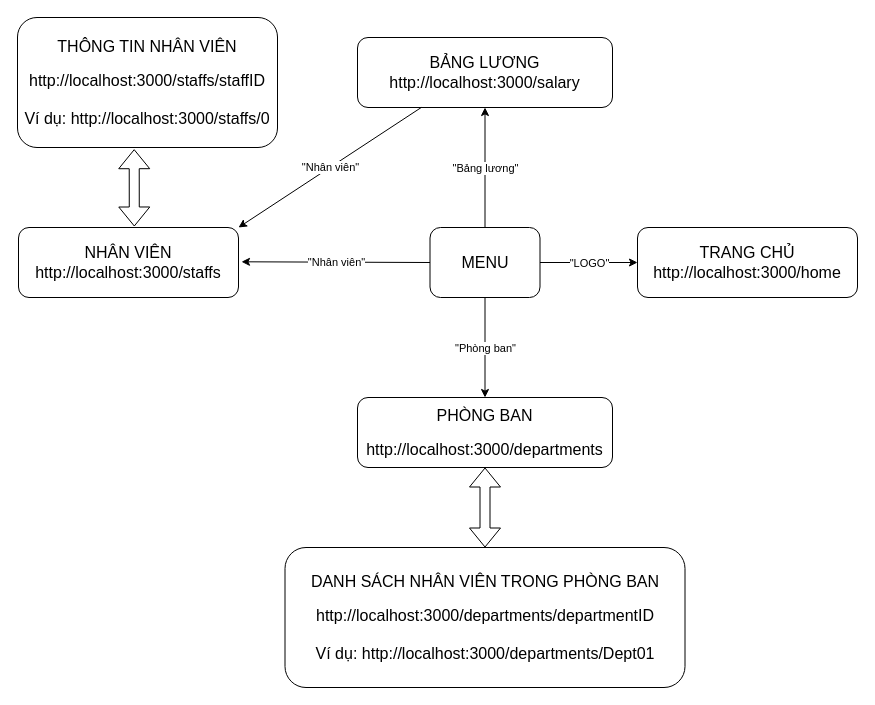
NTD-Funix/FUNiXReactJSASM keeps this draw.io diagram as navigation.drawio. Above is the earlier version. Source tidied: cells renumbered, new cells numbered last; positions are measured from the earlier drawing's top-left corner, leaving out a move shared by most shapes. Both pictures are drawn from the tidied source at 100%, with x=0, y=0 at pixel (17, 17).
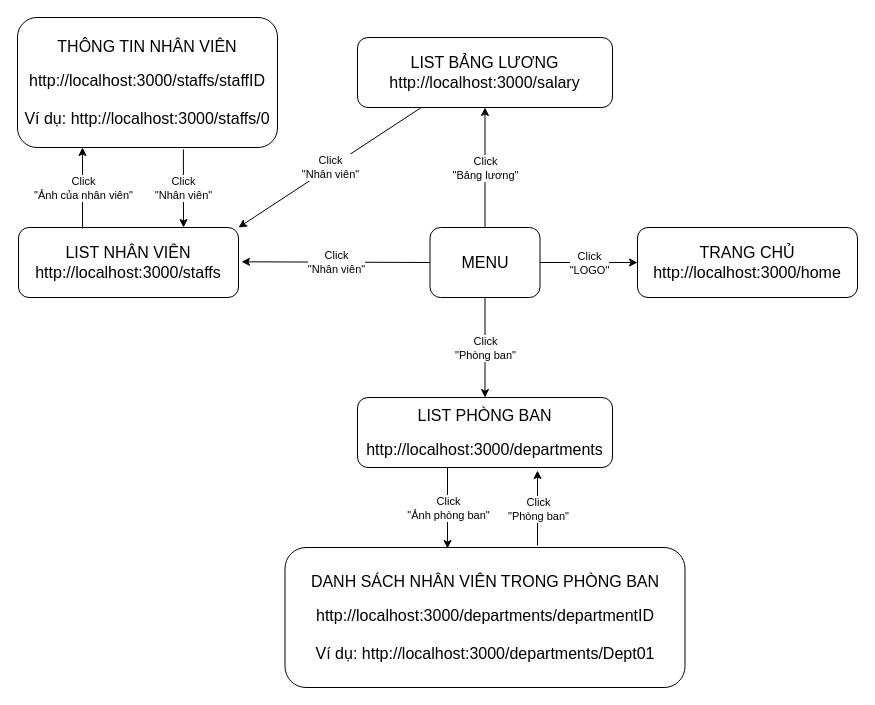
The same diagram, later.

Unchanged cells that the change refers to:
```xml
<mxCell id="5" style="endArrow=classic;html=1;entryX=1.009;entryY=0.6;entryDx=0;entryDy=0;entryPerimeter=0;exitX=0;exitY=0.5;exitDx=0;exitDy=0;" parent="1" edge="1" source="2">
  <mxGeometry relative="1" as="geometry">
    <mxPoint x="224" y="244.3" as="targetPoint" />
  </mxGeometry>
</mxCell>
<mxCell id="7" style="endArrow=classic;html=1;exitX=0.5;exitY=0;exitDx=0;exitDy=0;entryX=0.5;entryY=1;entryDx=0;entryDy=0;" parent="1" edge="1" source="2" target="4">
  <mxGeometry relative="1" as="geometry" />
</mxCell>
<mxCell id="10" value="&lt;font&gt;&lt;span style=&quot;font-size: 16px&quot;&gt;THÔNG TIN NHÂN VIÊN&lt;br&gt;&lt;/span&gt;&lt;br&gt;&lt;span style=&quot;font-size: 16px&quot;&gt;http://localhost:3000/staffs/staffID&lt;br&gt;&lt;br&gt;&lt;/span&gt;&lt;span style=&quot;font-size: 16px&quot;&gt;Ví dụ: http://localhost:3000/staffs/0&lt;/span&gt;&lt;br style=&quot;font-size: 16px&quot;&gt;&lt;/font&gt;" style="rounded=1;whiteSpace=wrap;html=1;" parent="1" vertex="1">
  <mxGeometry width="260" height="130" as="geometry" />
</mxCell>
<mxCell id="12" style="endArrow=classic;html=1;entryX=0.5;entryY=0;entryDx=0;entryDy=0;exitX=0.5;exitY=1;exitDx=0;exitDy=0;" parent="1" edge="1" source="2" target="9">
  <mxGeometry relative="1" as="geometry" />
</mxCell>
<mxCell id="15" value="&lt;font&gt;&lt;span style=&quot;font-size: 16px&quot;&gt;DANH SÁCH NHÂN VIÊN TRONG PHÒNG BAN&lt;br&gt;&lt;/span&gt;&lt;br&gt;&lt;span style=&quot;font-size: 16px&quot;&gt;http://localhost:3000/departments/departmentID&lt;br&gt;&lt;br&gt;&lt;/span&gt;&lt;span style=&quot;font-size: 16px&quot;&gt;Ví dụ: http://localhost:3000/departments/Dept01&lt;/span&gt;&lt;br style=&quot;font-size: 16px&quot;&gt;&lt;/font&gt;" style="rounded=1;whiteSpace=wrap;html=1;" parent="1" vertex="1">
  <mxGeometry x="267.5" y="530" width="400" height="140" as="geometry" />
</mxCell>
<mxCell id="17" style="endArrow=classic;html=1;entryX=0;entryY=0.5;entryDx=0;entryDy=0;exitX=1;exitY=0.5;exitDx=0;exitDy=0;" parent="1" edge="1" source="2" target="16">
  <mxGeometry relative="1" as="geometry" />
</mxCell>
<mxCell id="19" style="endArrow=classic;html=1;entryX=1;entryY=0;entryDx=0;entryDy=0;exitX=0.25;exitY=1;exitDx=0;exitDy=0;" parent="1" edge="1" source="4" target="3">
  <mxGeometry relative="1" as="geometry" />
</mxCell>
```

Diff of the diagram source:
```diff
@@
-    <mxCell id="3" value="&lt;font&gt;&lt;span style=&quot;font-size: 16px&quot;&gt;NHÂN VIÊN&lt;/span&gt;&lt;br&gt;&lt;span style=&quot;font-size: 16px&quot;&gt;http://localhost:3000/staffs&lt;/span&gt;&lt;br&gt;&lt;/font&gt;" style="rounded=1;whiteSpace=wrap;html=1;" parent="1" vertex="1">
+    <mxCell id="3" value="&lt;font&gt;&lt;span style=&quot;font-size: 16px&quot;&gt;LIST NHÂN VIÊN&lt;/span&gt;&lt;br&gt;&lt;span style=&quot;font-size: 16px&quot;&gt;http://localhost:3000/staffs&lt;/span&gt;&lt;br&gt;&lt;/font&gt;" style="rounded=1;whiteSpace=wrap;html=1;" parent="1" vertex="1">
       <mxGeometry x="1" y="210" width="220" height="70" as="geometry" />
     </mxCell>
-    <mxCell id="4" value="&lt;font&gt;&lt;span style=&quot;font-size: 16px&quot;&gt;BẢNG LƯƠNG&lt;/span&gt;&lt;br&gt;&lt;span style=&quot;font-size: 16px&quot;&gt;http://localhost:3000/salary&lt;/span&gt;&lt;br&gt;&lt;/font&gt;" style="rounded=1;whiteSpace=wrap;html=1;" parent="1" vertex="1">
+    <mxCell id="4" value="&lt;font&gt;&lt;span style=&quot;font-size: 16px&quot;&gt;LIST BẢNG LƯƠNG&lt;/span&gt;&lt;br&gt;&lt;span style=&quot;font-size: 16px&quot;&gt;http://localhost:3000/salary&lt;/span&gt;&lt;br&gt;&lt;/font&gt;" style="rounded=1;whiteSpace=wrap;html=1;" parent="1" vertex="1">
       <mxGeometry x="340" y="20" width="255" height="70" as="geometry" />
     </mxCell>
@@
-    <mxCell id="6" value="&quot;Nhân viên&quot;" style="edgeLabel;html=1;align=center;verticalAlign=middle;" parent="5" vertex="1">
+    <mxCell id="6" value="Click &lt;br&gt;&quot;Nhân viên&quot;" style="edgeLabel;html=1;align=center;verticalAlign=middle;" parent="5" vertex="1">
       <mxGeometry relative="1" as="geometry" />
     </mxCell>
@@
-    <mxCell id="8" value="&quot;Bảng lương&quot;" style="edgeLabel;html=1;align=center;verticalAlign=middle;" parent="7" vertex="1">
+    <mxCell id="8" value="Click&lt;br&gt;&quot;Bảng lương&quot;" style="edgeLabel;html=1;align=center;verticalAlign=middle;" parent="7" vertex="1">
       <mxGeometry relative="1" as="geometry" />
     </mxCell>
-    <mxCell id="9" value="&lt;font&gt;&lt;span style=&quot;font-size: 16px&quot;&gt;PHÒNG BAN&lt;br&gt;&lt;/span&gt;&lt;br&gt;&lt;span style=&quot;font-size: 16px&quot;&gt;http://localhost:3000/departments&lt;/span&gt;&lt;br&gt;&lt;/font&gt;" style="rounded=1;whiteSpace=wrap;html=1;" parent="1" vertex="1">
+    <mxCell id="9" value="&lt;font&gt;&lt;span style=&quot;font-size: 16px&quot;&gt;LIST PHÒNG BAN&lt;br&gt;&lt;/span&gt;&lt;br&gt;&lt;span style=&quot;font-size: 16px&quot;&gt;http://localhost:3000/departments&lt;/span&gt;&lt;br&gt;&lt;/font&gt;" style="rounded=1;whiteSpace=wrap;html=1;" parent="1" vertex="1">
       <mxGeometry x="340" y="380" width="255" height="70" as="geometry" />
     </mxCell>
@@
-    <mxCell id="11" style="shape=flexArrow;endArrow=classic;startArrow=classic;html=1;entryX=0.449;entryY=1.039;entryDx=0;entryDy=0;entryPerimeter=0;exitX=0.531;exitY=0;exitDx=0;exitDy=0;exitPerimeter=0;" parent="1" edge="1">
-      <mxGeometry relative="1" as="geometry">
-        <mxPoint x="116.8" y="209" as="sourcePoint" />
-        <mxPoint x="116.7" y="131.7" as="targetPoint" />
-      </mxGeometry>
-    </mxCell>
@@
-    <mxCell id="13" value="&quot;Phòng ban&quot;" style="edgeLabel;html=1;align=center;verticalAlign=middle;" parent="12" vertex="1">
+    <mxCell id="13" value="Click&lt;br&gt;&quot;Phòng ban&quot;" style="edgeLabel;html=1;align=center;verticalAlign=middle;" parent="12" vertex="1">
       <mxGeometry relative="1" as="geometry" />
     </mxCell>
-    <mxCell id="14" style="shape=flexArrow;endArrow=classic;startArrow=classic;html=1;exitX=0.5;exitY=0;exitDx=0;exitDy=0;entryX=0.5;entryY=1;entryDx=0;entryDy=0;" parent="1" edge="1" source="15" target="9">
-      <mxGeometry relative="1" as="geometry" />
-    </mxCell>
@@
-    <mxCell id="18" value="&quot;LOGO&quot;" style="edgeLabel;html=1;align=center;verticalAlign=middle;" parent="17" vertex="1">
+    <mxCell id="18" value="Click &lt;br&gt;&quot;LOGO&quot;" style="edgeLabel;html=1;align=center;verticalAlign=middle;" parent="17" vertex="1">
       <mxGeometry relative="1" as="geometry" />
     </mxCell>
@@
-    <mxCell id="20" value="&quot;Nhân viên&quot;" style="edgeLabel;html=1;align=center;verticalAlign=middle;" parent="19" vertex="1">
+    <mxCell id="20" value="Click &lt;br&gt;&quot;Nhân viên&quot;" style="edgeLabel;html=1;align=center;verticalAlign=middle;" parent="19" vertex="1">
       <mxGeometry relative="1" as="geometry" />
     </mxCell>
+    <mxCell id="21" style="endArrow=classic;html=1;entryX=0.25;entryY=1;entryDx=0;entryDy=0;exitX=0.291;exitY=0.014;exitDx=0;exitDy=0;exitPerimeter=0;" parent="1" edge="1" source="3" target="10">
+      <mxGeometry relative="1" as="geometry" />
+    </mxCell>
+    <mxCell id="22" value="Click &lt;br&gt;&quot;Ảnh của nhân viên&quot;" style="edgeLabel;html=1;align=center;verticalAlign=middle;" parent="21" vertex="1">
+      <mxGeometry relative="1" as="geometry" />
+    </mxCell>
+    <mxCell id="23" style="endArrow=classic;html=1;entryX=0.75;entryY=0;entryDx=0;entryDy=0;exitX=0.638;exitY=1.015;exitDx=0;exitDy=0;exitPerimeter=0;" parent="1" edge="1" source="10" target="3">
+      <mxGeometry relative="1" as="geometry" />
+    </mxCell>
+    <mxCell id="24" value="Click &lt;br&gt;&quot;Nhân viên&quot;" style="edgeLabel;html=1;align=center;verticalAlign=middle;" parent="23" vertex="1">
+      <mxGeometry relative="1" as="geometry" />
+    </mxCell>
+    <mxCell id="25" style="endArrow=classic;html=1;entryX=0.706;entryY=1.043;entryDx=0;entryDy=0;entryPerimeter=0;" parent="1" edge="1" target="9">
+      <mxGeometry relative="1" as="geometry">
+        <mxPoint x="520" y="528" as="sourcePoint" />
+      </mxGeometry>
+    </mxCell>
+    <mxCell id="26" value="Click&lt;br&gt;&quot;Phòng ban&quot;" style="edgeLabel;html=1;align=center;verticalAlign=middle;" parent="25" vertex="1">
+      <mxGeometry relative="1" as="geometry" />
+    </mxCell>
+    <mxCell id="27" style="endArrow=classic;html=1;exitX=0.353;exitY=1;exitDx=0;exitDy=0;exitPerimeter=0;" parent="1" edge="1" source="9">
+      <mxGeometry relative="1" as="geometry">
+        <mxPoint x="430" y="531" as="targetPoint" />
+      </mxGeometry>
+    </mxCell>
+    <mxCell id="28" value="Click&lt;br&gt;&quot;Ảnh phòng ban&quot;" style="edgeLabel;html=1;align=center;verticalAlign=middle;" parent="27" vertex="1">
+      <mxGeometry relative="1" as="geometry" />
+    </mxCell>
```
